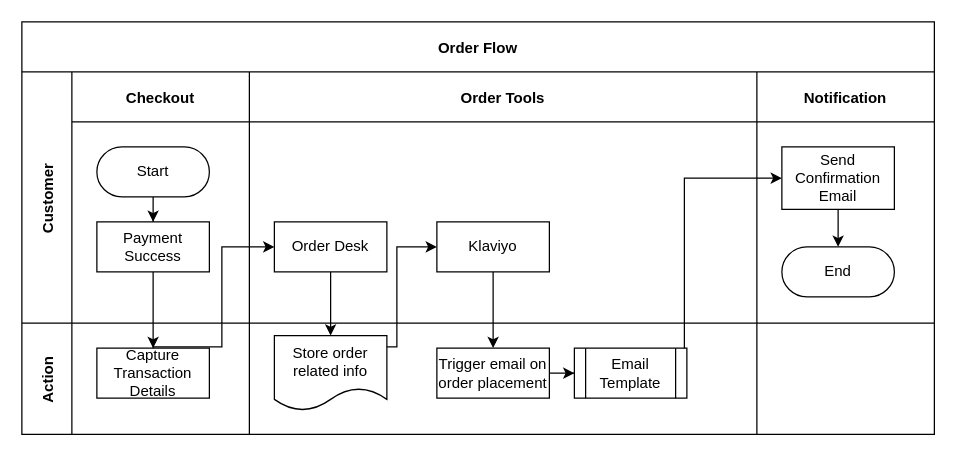
Earlier version of the draw.io diagram page "WP-Order-Flow" (1 of 2) of order-flow.drawio (guidecraft/draw). Source tidied: cells renumbered, new cells numbered last; positions are measured from the earlier drawing's top-left corner, leaving out a move shared by most shapes. Both pictures are drawn from the tidied source at 125%, with x=0, y=0 at pixel (21, 21).
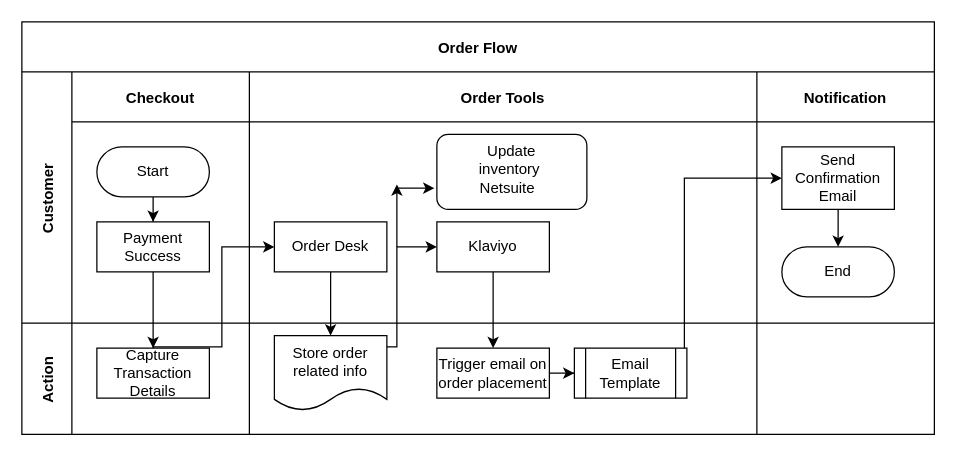
After the change.

The change refers to these unchanged cells:
```xml
<mxCell id="9" value="Order Tools" style="swimlane;swimlaneHead=0;swimlaneBody=0;fillColor=none;startSize=40;fontStyle=1;" parent="4" vertex="1">
  <mxGeometry x="182" width="406" height="201" as="geometry" />
</mxCell>
```

Diff of the diagram source:
```diff
@@
+    <mxCell id="30" style="rounded=1;whiteSpace=wrap;html=1;" parent="9" vertex="1">
+      <mxGeometry x="150" y="50" width="120" height="60" as="geometry" />
+    </mxCell>
+    <mxCell id="31" value="Update inventory&amp;nbsp; Netsuite&amp;nbsp;&amp;nbsp;" style="text;html=1;strokeColor=none;fillColor=none;align=center;verticalAlign=middle;whiteSpace=wrap;rounded=0;" parent="9" vertex="1">
+      <mxGeometry x="180" y="63" width="60" height="30" as="geometry" />
+    </mxCell>
+    <mxCell id="32" style="endArrow=classic;html=1;rounded=0;" parent="9" edge="1">
+      <mxGeometry relative="1" as="geometry">
+        <mxPoint x="118" y="140" as="sourcePoint" />
+        <mxPoint x="118" y="90" as="targetPoint" />
+      </mxGeometry>
+    </mxCell>
+    <mxCell id="33" style="endArrow=classic;html=1;rounded=0;" parent="9" edge="1">
+      <mxGeometry relative="1" as="geometry">
+        <mxPoint x="118" y="93" as="sourcePoint" />
+        <mxPoint x="148" y="93" as="targetPoint" />
+      </mxGeometry>
+    </mxCell>
```
